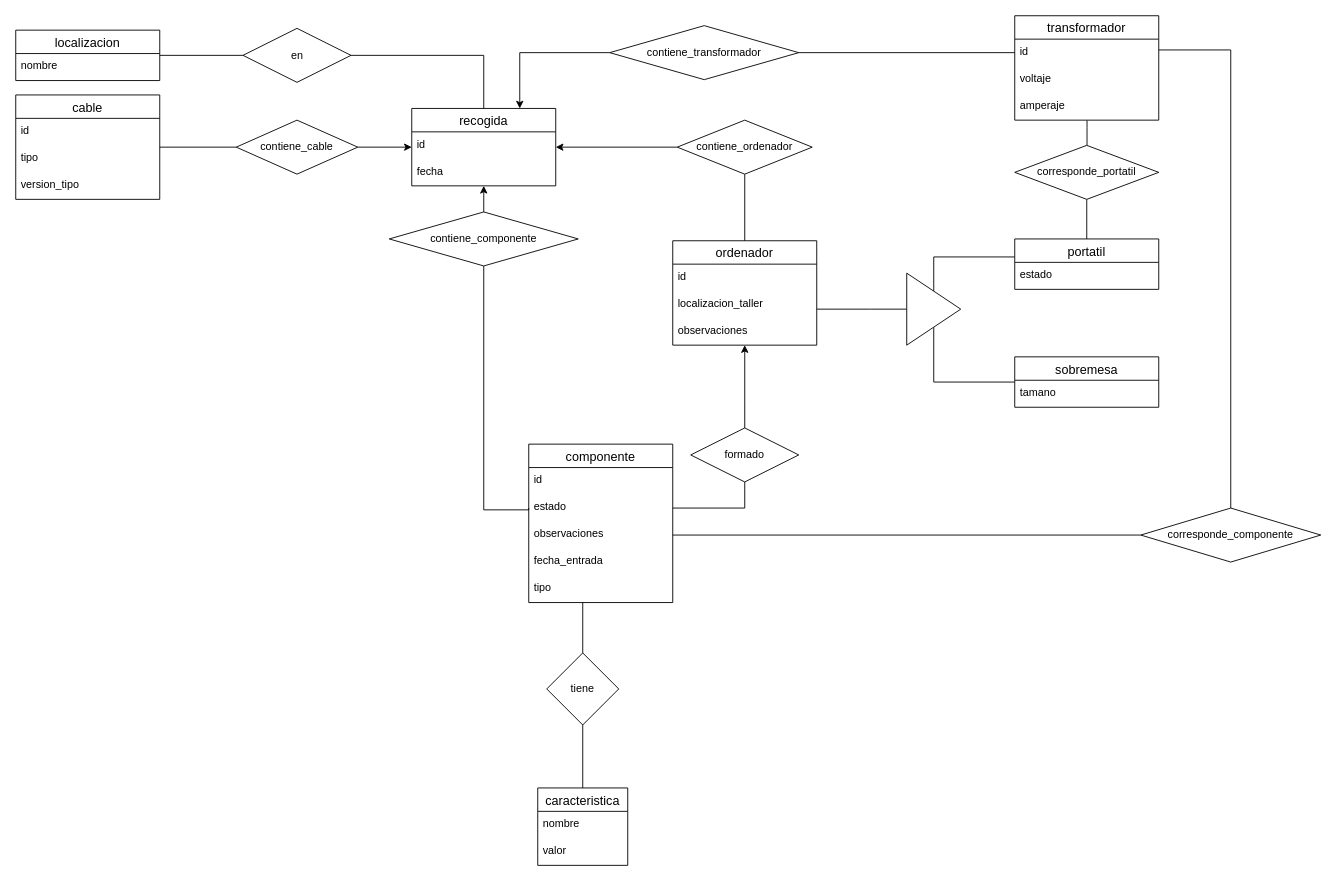
oslugr/gestion-de-inventario keeps this draw.io diagram as db/doc/er_bd.drawio. Above is the earlier version. Source tidied: cells renumbered, new cells numbered last; positions are measured from the earlier drawing's top-left corner, leaving out a move shared by most shapes. Both pictures are drawn from the tidied source at 90%, with x=0, y=0 at pixel (15, 15).
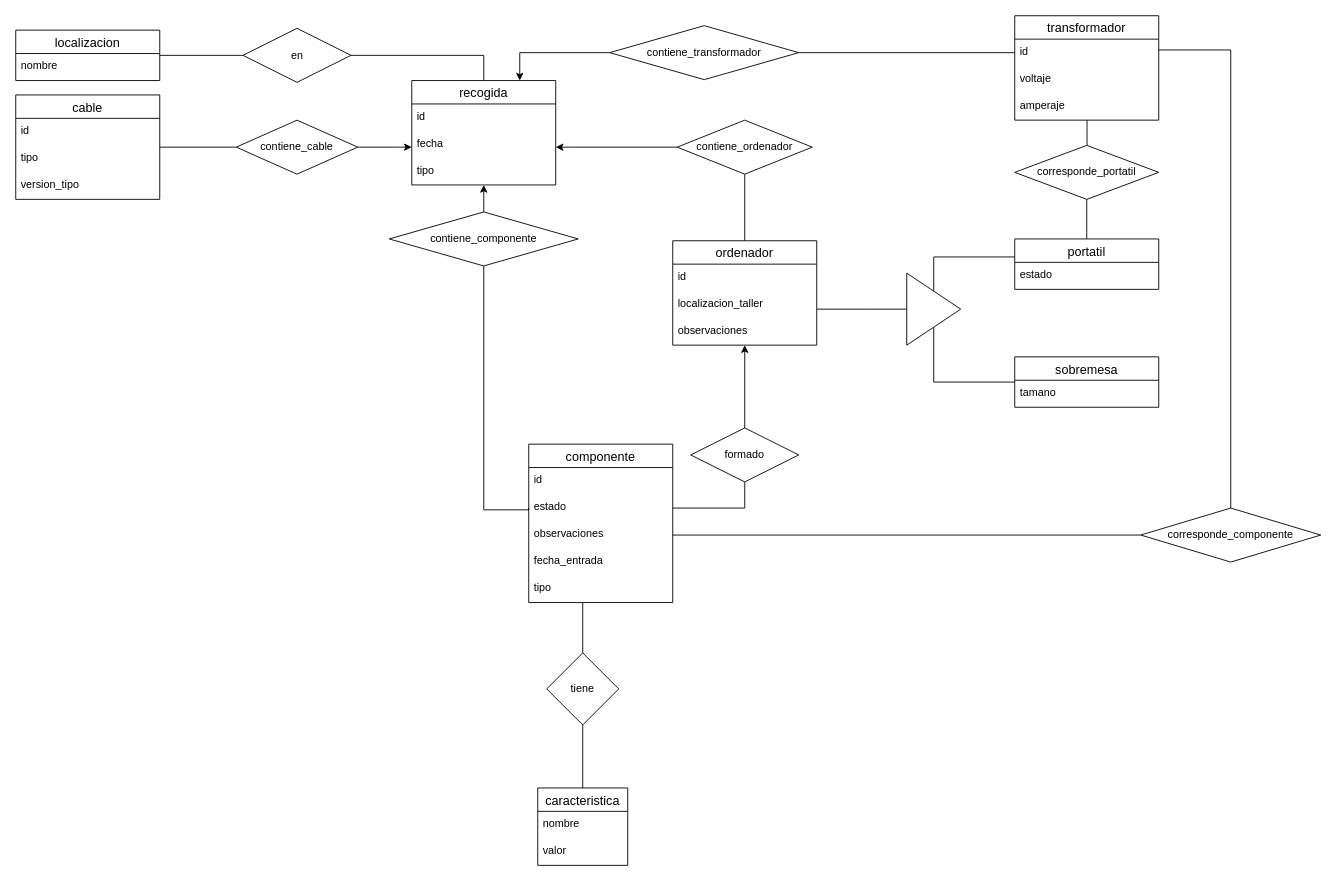
Above is the later version.

Commit message (it also covers changes not shown here):
Modificación de la base de datos para contemplar entregas y recogidas

Unchanged cells that the change refers to:
```xml
<mxCell id="41" value="contiene_ordenador" style="shape=rhombus;perimeter=rhombusPerimeter;whiteSpace=wrap;html=1;align=center;" parent="1" vertex="1">
  <mxGeometry x="735" y="116" width="150" height="60" as="geometry" />
</mxCell>
<mxCell id="45" value="contiene_cable" style="shape=rhombus;perimeter=rhombusPerimeter;whiteSpace=wrap;html=1;align=center;" parent="1" vertex="1">
  <mxGeometry x="245" y="116" width="135" height="60" as="geometry" />
</mxCell>
```

Diff of the diagram source:
```diff
@@
     <mxCell id="35" style="edgeStyle=orthogonalEdgeStyle;rounded=0;jettySize=auto;html=1;startArrow=classic;startFill=1;endArrow=none;endFill=0;" parent="1" edge="1" source="36" target="45">
-      <mxGeometry relative="1" as="geometry" />
+      <mxGeometry relative="1" as="geometry">
+        <Array as="points">
+          <mxPoint x="420" y="146" />
+          <mxPoint x="420" y="146" />
+        </Array>
+      </mxGeometry>
     </mxCell>
     <mxCell id="36" value="recogida" style="swimlane;fontStyle=0;horizontal=1;startSize=26;align=center;fontSize=14;" parent="1" vertex="1">
-      <mxGeometry x="440" y="103" width="160" height="86" as="geometry" />
+      <mxGeometry x="440" y="72" width="160" height="116" as="geometry" />
     </mxCell>
@@
+    <mxCell id="63" value="tipo" style="text;strokeColor=none;fillColor=none;spacingLeft=4;spacingRight=4;overflow=hidden;fontSize=12;" parent="36" vertex="1">
+      <mxGeometry y="86" width="160" height="30" as="geometry" />
+    </mxCell>
@@
     <mxCell id="40" style="edgeStyle=orthogonalEdgeStyle;rounded=0;jettySize=auto;html=1;endArrow=classic;endFill=1;startArrow=none;startFill=0;" parent="1" edge="1" source="41" target="36">
-      <mxGeometry relative="1" as="geometry" />
+      <mxGeometry relative="1" as="geometry">
+        <Array as="points">
+          <mxPoint x="620" y="146" />
+          <mxPoint x="620" y="146" />
+        </Array>
+      </mxGeometry>
     </mxCell>
```
